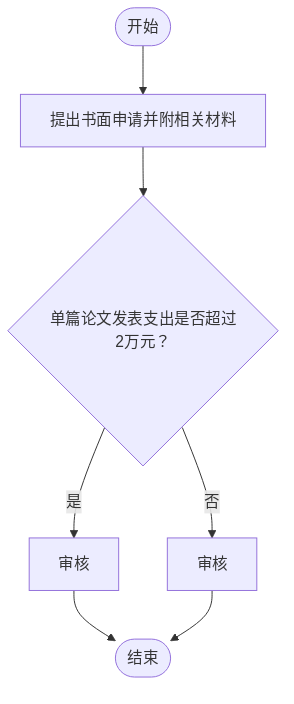
The Mermaid diagram outline2flow/flow_outputs/page_61.png in AmyIvan/work1, before a commit. Its source is kept beside it as outline2flow/mmd_outputs/page_61.mmd. Source of this version:
```mermaid
flowchart TD
    A(["开始"]) --> B["提出书面申请并附相关材料"]
    B --> C{"单篇论文发表支出是否超过2万元？"}
    C -- 是 --> D["审核"]
    C -- 否 --> E["审核"]
    D --> F(["结束"])
    E --> F(["结束"])
```
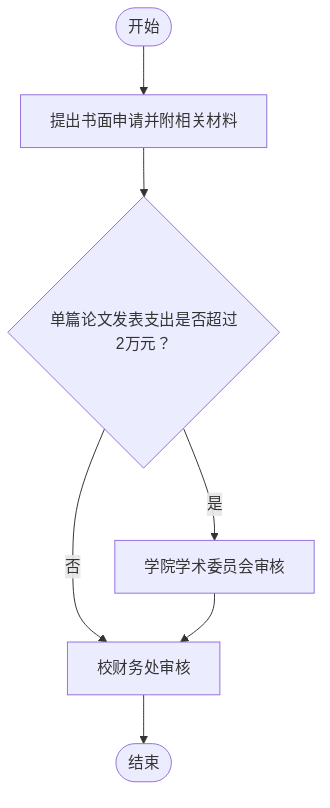
Later version of the same file.

Change to the diagram source:
```diff
@@ -1,7 +1,7 @@
 flowchart TD
-    A(["开始"]) --> B["提出书面申请并附相关材料"]
-    B --> C{"单篇论文发表支出是否超过2万元？"}
-    C -- 是 --> D["审核"]
-    C -- 否 --> E["审核"]
-    D --> F(["结束"])
-    E --> F(["结束"])
+    Start(["开始"]) --> A[提出书面申请并附相关材料]
+    A --> B{单篇论文发表支出是否超过2万元？}
+    B -->|是| C[学院学术委员会审核]
+    B -->|否| D[校财务处审核]
+    C --> D
+    D --> End(["结束"])
```
